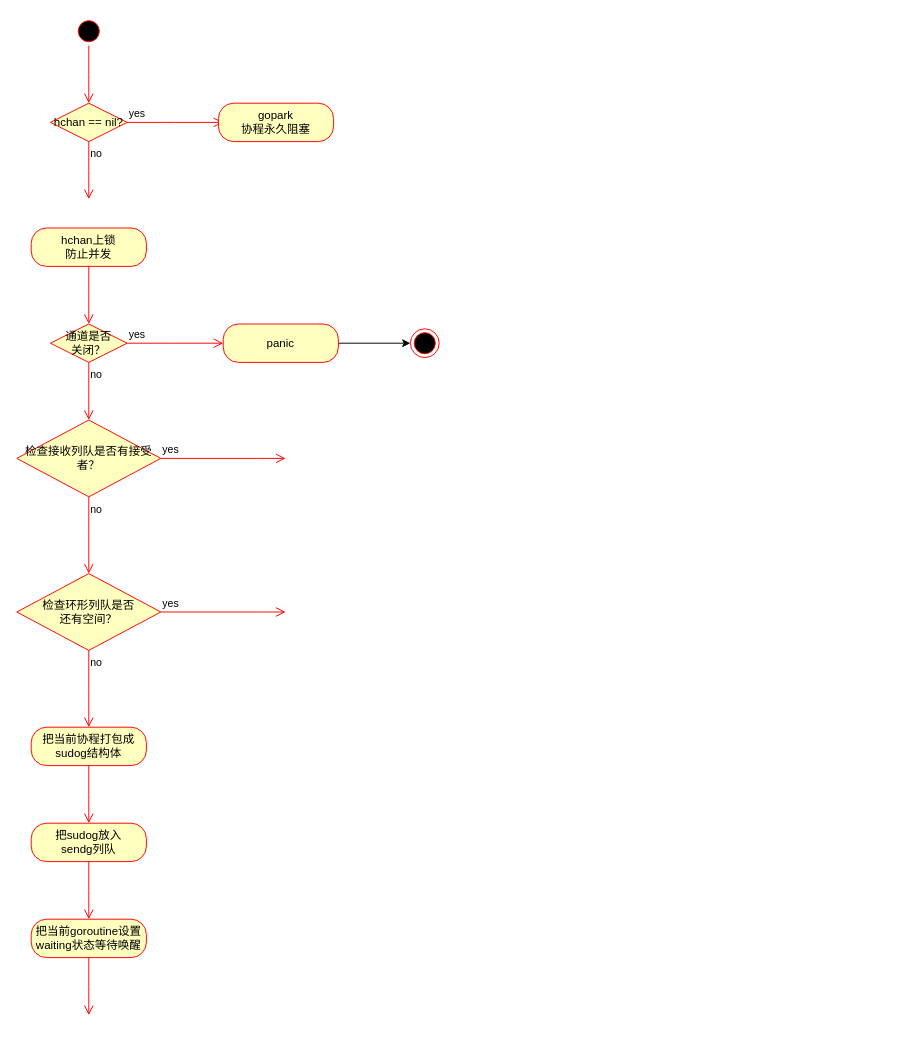
Before: golang.drawio in jxu86/project-uml, a draw.io diagram. Source tidied: cells renumbered, new cells numbered last; positions are measured from the earlier drawing's top-left corner, leaving out a move shared by most shapes. Both pictures are drawn from the tidied source at 96%, with x=0, y=0 at pixel (16, 16).
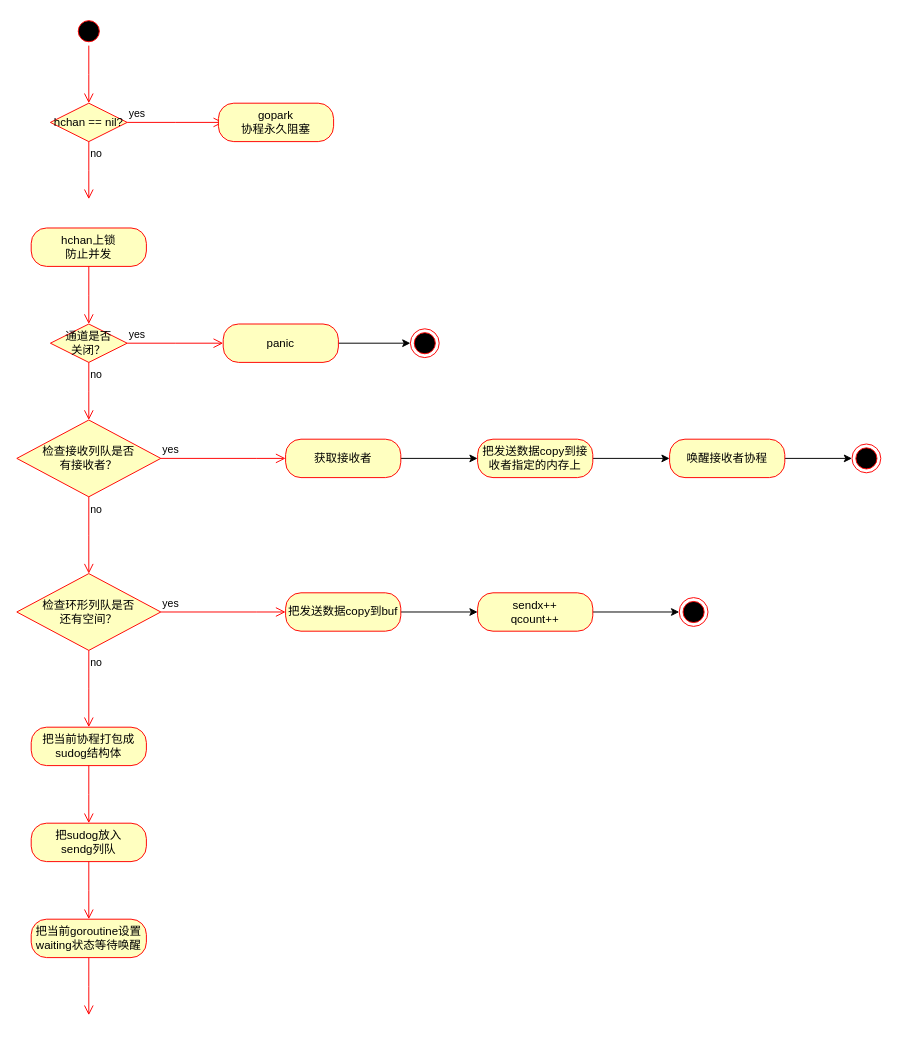
The same diagram, later.

Diff of the diagram source:
```diff
@@
-    <mxCell id="18" value="检查接收列队是否有接受者？" style="rhombus;whiteSpace=wrap;html=1;fillColor=#ffffc0;strokeColor=#ff0000;" parent="1" vertex="1">
+    <mxCell id="18" value="检查接收列队是否&lt;br&gt;有接收者？" style="rhombus;whiteSpace=wrap;html=1;fillColor=#ffffc0;strokeColor=#ff0000;" parent="1" vertex="1">
       <mxGeometry y="420" width="150" height="80" as="geometry" />
     </mxCell>
@@
+    <mxCell id="28" style="edgeStyle=orthogonalEdgeStyle;rounded=0;jettySize=auto;html=1;entryX=0;entryY=0.5;entryDx=0;entryDy=0;" parent="1" edge="1" source="29" target="31">
+      <mxGeometry relative="1" as="geometry" />
+    </mxCell>
+    <mxCell id="29" value="获取接收者" style="rounded=1;whiteSpace=wrap;html=1;arcSize=40;fontColor=#000000;fillColor=#ffffc0;strokeColor=#ff0000;" parent="1" vertex="1">
+      <mxGeometry x="280" y="440" width="120" height="40" as="geometry" />
+    </mxCell>
+    <mxCell id="30" style="edgeStyle=orthogonalEdgeStyle;rounded=0;jettySize=auto;html=1;" parent="1" edge="1" source="31" target="33">
+      <mxGeometry relative="1" as="geometry" />
+    </mxCell>
+    <mxCell id="31" value="把发送数据copy到接收者指定的内存上" style="rounded=1;whiteSpace=wrap;html=1;arcSize=40;fontColor=#000000;fillColor=#ffffc0;strokeColor=#ff0000;" parent="1" vertex="1">
+      <mxGeometry x="480" y="440" width="120" height="40" as="geometry" />
+    </mxCell>
+    <mxCell id="32" style="edgeStyle=orthogonalEdgeStyle;rounded=0;jettySize=auto;html=1;" parent="1" edge="1" source="33" target="34">
+      <mxGeometry relative="1" as="geometry" />
+    </mxCell>
+    <mxCell id="33" value="唤醒接收者协程" style="rounded=1;whiteSpace=wrap;html=1;arcSize=40;fontColor=#000000;fillColor=#ffffc0;strokeColor=#ff0000;" parent="1" vertex="1">
+      <mxGeometry x="680" y="440" width="120" height="40" as="geometry" />
+    </mxCell>
+    <mxCell id="34" style="ellipse;html=1;shape=endState;fillColor=#000000;strokeColor=#ff0000;" parent="1" vertex="1">
+      <mxGeometry x="870" y="445" width="30" height="30" as="geometry" />
+    </mxCell>
+    <mxCell id="35" style="edgeStyle=orthogonalEdgeStyle;rounded=0;jettySize=auto;html=1;entryX=0;entryY=0.5;entryDx=0;entryDy=0;" parent="1" edge="1" source="36" target="38">
+      <mxGeometry relative="1" as="geometry" />
+    </mxCell>
+    <mxCell id="36" value="把发送数据copy到buf" style="rounded=1;whiteSpace=wrap;html=1;arcSize=40;fontColor=#000000;fillColor=#ffffc0;strokeColor=#ff0000;" parent="1" vertex="1">
+      <mxGeometry x="280" y="600" width="120" height="40" as="geometry" />
+    </mxCell>
+    <mxCell id="37" style="edgeStyle=orthogonalEdgeStyle;rounded=0;jettySize=auto;html=1;entryX=0;entryY=0.5;entryDx=0;entryDy=0;" parent="1" edge="1" source="38" target="39">
+      <mxGeometry relative="1" as="geometry" />
+    </mxCell>
+    <mxCell id="38" value="sendx++&lt;br&gt;qcount++" style="rounded=1;whiteSpace=wrap;html=1;arcSize=40;fontColor=#000000;fillColor=#ffffc0;strokeColor=#ff0000;" parent="1" vertex="1">
+      <mxGeometry x="480" y="600" width="120" height="40" as="geometry" />
+    </mxCell>
+    <mxCell id="39" style="ellipse;html=1;shape=endState;fillColor=#000000;strokeColor=#ff0000;" parent="1" vertex="1">
+      <mxGeometry x="690" y="605" width="30" height="30" as="geometry" />
+    </mxCell>
```
